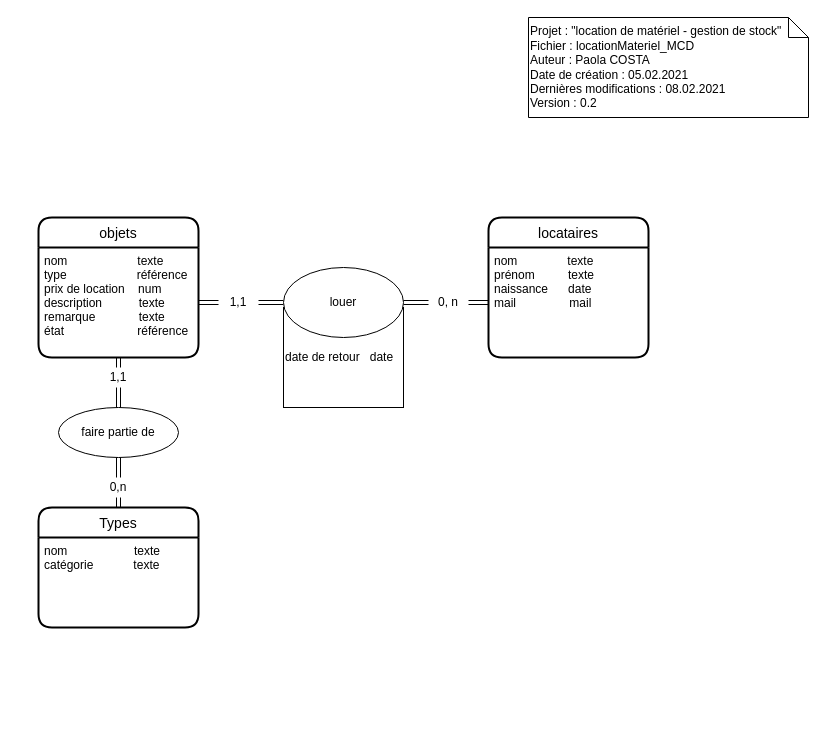
This is fichiersModifiables/BDD/locationMateriel_MCD.drawio from AhVen98/gestionStocks_preTPI, a draw.io file, before an edit. Source tidied: cells renumbered, new cells numbered last; positions are measured from the earlier drawing's top-left corner, leaving out a move shared by most shapes. Both pictures are drawn from the tidied source at 100%, with x=0, y=0 at pixel (38, 17).
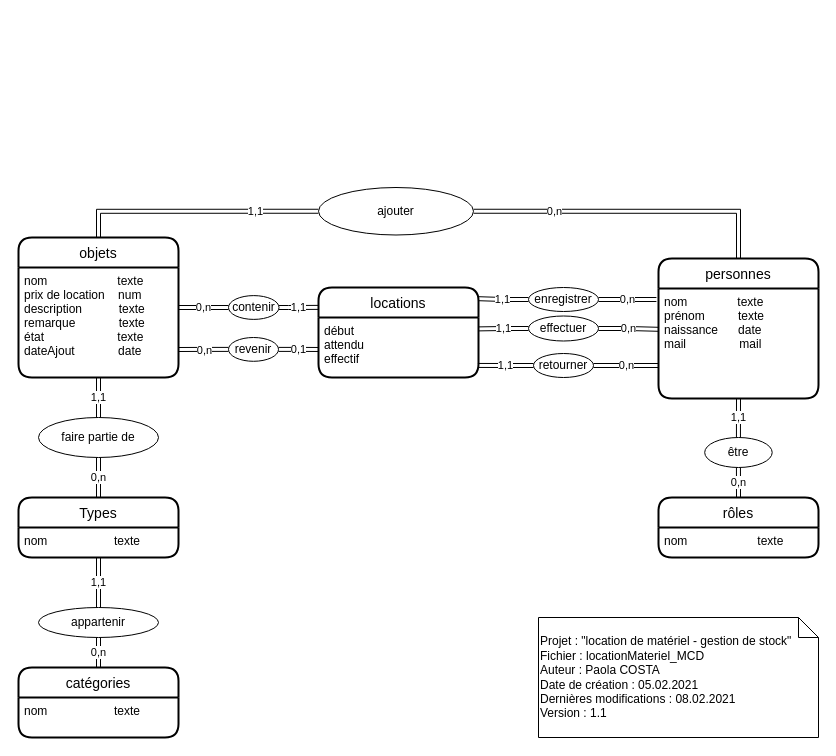
The same page after the edit.

Commit message (it also covers changes not shown here):
fin du MCD

The change refers to these unchanged cells:
```xml
<mxCell id="15" value="nom               texte&#10;prénom          texte&#10;naissance      date&#10;mail                mail " style="align=left;strokeColor=none;fillColor=none;spacingLeft=4;fontSize=12;verticalAlign=top;" parent="14" vertex="1">
  <mxGeometry y="30" width="160" height="110" as="geometry" />
</mxCell>
```

What changed in the source:
```diff
@@
+    <mxCell id="24" value="1,1" style="edgeStyle=orthogonalEdgeStyle;shape=link;curved=1;rounded=0;jettySize=auto;html=1;exitX=0.5;exitY=1;exitDx=0;exitDy=0;entryX=0.5;entryY=0;entryDx=0;entryDy=0;" parent="1" edge="1" source="2" target="8">
+      <mxGeometry relative="1" as="geometry" />
+    </mxCell>
+    <mxCell id="25" value="0,n" style="edgeStyle=orthogonalEdgeStyle;shape=link;curved=1;rounded=0;jettySize=auto;html=1;exitX=1;exitY=0.5;exitDx=0;exitDy=0;entryX=0;entryY=0.5;entryDx=0;entryDy=0;" parent="1" edge="1" source="2" target="40">
+      <mxGeometry relative="1" as="geometry" />
+    </mxCell>
     <mxCell id="2" value="objets" style="swimlane;horizontal=1;startSize=30;rounded=1;fontSize=14;fontStyle=0;strokeWidth=2;shadow=0;dashed=0;align=center;" parent="1" vertex="1">
-      <mxGeometry y="200" width="160" height="140" as="geometry" />
+      <mxGeometry x="-20" y="220" width="160" height="140" as="geometry" />
     </mxCell>
-    <mxCell id="3" value="nom                     texte&#10;type                     référence&#10;prix de location    num&#10;description           texte&#10;remarque             texte&#10;état                      référence&#10;" style="align=left;strokeColor=none;fillColor=none;spacingLeft=4;fontSize=12;verticalAlign=top;" parent="2" vertex="1">
+    <mxCell id="3" value="nom                     texte&#10;prix de location    num&#10;description           texte&#10;remarque             texte&#10;état                      texte&#10;dateAjout             date&#10;" style="align=left;strokeColor=none;fillColor=none;spacingLeft=4;fontSize=12;verticalAlign=top;" parent="2" vertex="1">
       <mxGeometry y="30" width="160" height="110" as="geometry" />
     </mxCell>
-    <mxCell id="4" value="Projet : &quot;location de matériel - gestion de stock&quot;&lt;br&gt;Fichier : locationMateriel_MCD&lt;br&gt;Auteur : Paola COSTA&lt;br&gt;Date de création : 05.02.2021&lt;br&gt;Dernières modifications : 08.02.2021&lt;br&gt;Version : 0.2" style="shape=note;size=20;whiteSpace=wrap;html=1;align=left;" parent="1" vertex="1">
-      <mxGeometry x="490" width="280" height="100" as="geometry" />
+    <mxCell id="4" value="Projet : &quot;location de matériel - gestion de stock&quot;&lt;br&gt;Fichier : locationMateriel_MCD&lt;br&gt;Auteur : Paola COSTA&lt;br&gt;Date de création : 05.02.2021&lt;br&gt;Dernières modifications : 08.02.2021&lt;br&gt;Version : 1.1" style="shape=note;size=20;whiteSpace=wrap;html=1;align=left;" parent="1" vertex="1">
+      <mxGeometry x="500" y="600" width="280" height="120" as="geometry" />
     </mxCell>
+    <mxCell id="26" value="0,n" style="edgeStyle=orthogonalEdgeStyle;shape=link;curved=1;rounded=0;jettySize=auto;html=1;exitX=0.5;exitY=0;exitDx=0;exitDy=0;entryX=0.5;entryY=1;entryDx=0;entryDy=0;" parent="1" edge="1" source="5" target="8">
+      <mxGeometry relative="1" as="geometry" />
+    </mxCell>
     <mxCell id="5" value="Types" style="swimlane;horizontal=1;startSize=30;rounded=1;fontSize=14;fontStyle=0;strokeWidth=2;shadow=0;dashed=0;align=center;" parent="1" vertex="1">
-      <mxGeometry y="490" width="160" height="120" as="geometry" />
+      <mxGeometry x="-20" y="480" width="160" height="60" as="geometry" />
     </mxCell>
-    <mxCell id="6" value="nom                    texte&#10;catégorie            texte" style="align=left;strokeColor=none;fillColor=none;spacingLeft=4;fontSize=12;verticalAlign=top;" parent="5" vertex="1">
-      <mxGeometry y="30" width="160" height="90" as="geometry" />
+    <mxCell id="6" value="nom                    texte" style="align=left;strokeColor=none;fillColor=none;spacingLeft=4;fontSize=12;verticalAlign=top;" parent="5" vertex="1">
+      <mxGeometry y="30" width="160" height="30" as="geometry" />
     </mxCell>
-    <mxCell id="7" style="edgeStyle=none;shape=link;rounded=0;jettySize=auto;html=1;exitX=0.5;exitY=1;exitDx=0;exitDy=0;" parent="1" edge="1" source="12" target="5">
-      <mxGeometry relative="1" as="geometry" />
-    </mxCell>
     <mxCell id="8" value="faire partie de" style="ellipse;whiteSpace=wrap;html=1;" parent="1" vertex="1">
-      <mxGeometry x="20" y="390" width="120" height="50" as="geometry" />
+      <mxGeometry y="400" width="120" height="40" as="geometry" />
     </mxCell>
-    <mxCell id="9" style="edgeStyle=none;shape=link;rounded=0;jettySize=auto;html=1;exitX=0.5;exitY=1;exitDx=0;exitDy=0;" parent="1" edge="1" source="10" target="8">
-      <mxGeometry relative="1" as="geometry" />
-    </mxCell>
-    <mxCell id="10" value="1,1&lt;br&gt;" style="text;html=1;strokeColor=none;fillColor=none;align=center;verticalAlign=middle;whiteSpace=wrap;rounded=0;" parent="1" vertex="1">
-      <mxGeometry x="60" y="350" width="40" height="20" as="geometry" />
-    </mxCell>
-    <mxCell id="11" style="edgeStyle=none;shape=link;rounded=0;jettySize=auto;html=1;exitX=0.5;exitY=1;exitDx=0;exitDy=0;" parent="1" edge="1" source="3" target="10">
-      <mxGeometry relative="1" as="geometry" />
-    </mxCell>
-    <mxCell id="12" value="0,n" style="text;html=1;strokeColor=none;fillColor=none;align=center;verticalAlign=middle;whiteSpace=wrap;rounded=0;" parent="1" vertex="1">
-      <mxGeometry x="60" y="460" width="40" height="20" as="geometry" />
-    </mxCell>
-    <mxCell id="13" style="edgeStyle=none;shape=link;rounded=0;jettySize=auto;html=1;exitX=0.5;exitY=1;exitDx=0;exitDy=0;" parent="1" edge="1" source="8" target="12">
-      <mxGeometry relative="1" as="geometry" />
-    </mxCell>
-    <mxCell id="14" value="locataires" style="swimlane;horizontal=1;startSize=30;rounded=1;fontSize=14;fontStyle=0;strokeWidth=2;shadow=0;dashed=0;align=center;" parent="1" vertex="1">
-      <mxGeometry x="450" y="200" width="160" height="140" as="geometry" />
+    <mxCell id="14" value="personnes" style="swimlane;horizontal=1;startSize=30;rounded=1;fontSize=14;fontStyle=0;strokeWidth=2;shadow=0;dashed=0;align=center;" parent="1" vertex="1">
+      <mxGeometry x="620" y="241" width="160" height="140" as="geometry" />
     </mxCell>
@@
-    <mxCell id="16" style="edgeStyle=none;shape=link;rounded=0;jettySize=auto;html=1;exitX=1;exitY=0.5;exitDx=0;exitDy=0;entryX=0;entryY=0.5;entryDx=0;entryDy=0;" parent="1" edge="1" source="22" target="15">
-      <mxGeometry relative="1" as="geometry" />
-    </mxCell>
-    <mxCell id="17" style="edgeStyle=none;shape=link;rounded=0;jettySize=auto;html=1;exitX=1;exitY=0.5;exitDx=0;exitDy=0;entryX=0;entryY=0.5;entryDx=0;entryDy=0;" parent="1" edge="1" source="20" target="19">
-      <mxGeometry relative="1" as="geometry" />
-    </mxCell>
-    <mxCell id="18" value="date de retour&amp;nbsp; &amp;nbsp;date&lt;br&gt;" style="rounded=0;whiteSpace=wrap;html=1;align=left;" parent="1" vertex="1">
-      <mxGeometry x="245" y="290" width="120" height="100" as="geometry" />
-    </mxCell>
+    <mxCell id="27" value="0,n" style="edgeStyle=orthogonalEdgeStyle;shape=link;curved=1;rounded=0;jettySize=auto;html=1;exitX=1;exitY=0.5;exitDx=0;exitDy=0;entryX=-0.013;entryY=0.1;entryDx=0;entryDy=0;entryPerimeter=0;" parent="1" edge="1" source="19" target="15">
+      <mxGeometry relative="1" as="geometry" />
+    </mxCell>
+    <mxCell id="28" value="1,1" style="edgeStyle=orthogonalEdgeStyle;shape=link;curved=1;rounded=0;jettySize=auto;html=1;exitX=0;exitY=0.5;exitDx=0;exitDy=0;entryX=0.993;entryY=0.124;entryDx=0;entryDy=0;entryPerimeter=0;" parent="1" edge="1" source="19" target="37">
+      <mxGeometry relative="1" as="geometry">
+        <Array as="points">
+          <mxPoint x="465" y="282" />
+        </Array>
+      </mxGeometry>
+    </mxCell>
-    <mxCell id="19" value="louer" style="ellipse;whiteSpace=wrap;html=1;" parent="1" vertex="1">
-      <mxGeometry x="245" y="250" width="120" height="70" as="geometry" />
+    <mxCell id="19" value="enregistrer" style="ellipse;whiteSpace=wrap;html=1;" parent="1" vertex="1">
+      <mxGeometry x="490" y="270" width="70" height="24" as="geometry" />
     </mxCell>
-    <mxCell id="20" value="1,1" style="text;html=1;strokeColor=none;fillColor=none;align=center;verticalAlign=middle;whiteSpace=wrap;rounded=0;" parent="1" vertex="1">
-      <mxGeometry x="180" y="275" width="40" height="20" as="geometry" />
-    </mxCell>
-    <mxCell id="21" style="edgeStyle=none;shape=link;rounded=0;jettySize=auto;html=1;exitX=1;exitY=0.5;exitDx=0;exitDy=0;entryX=0;entryY=0.5;entryDx=0;entryDy=0;" parent="1" edge="1" source="3" target="20">
-      <mxGeometry relative="1" as="geometry" />
-    </mxCell>
-    <mxCell id="22" value="0, n" style="text;html=1;strokeColor=none;fillColor=none;align=center;verticalAlign=middle;whiteSpace=wrap;rounded=0;" parent="1" vertex="1">
-      <mxGeometry x="390" y="275" width="40" height="20" as="geometry" />
-    </mxCell>
-    <mxCell id="23" style="edgeStyle=none;shape=link;rounded=0;jettySize=auto;html=1;exitX=1;exitY=0.5;exitDx=0;exitDy=0;entryX=0;entryY=0.5;entryDx=0;entryDy=0;" parent="1" edge="1" source="19" target="22">
-      <mxGeometry relative="1" as="geometry" />
-    </mxCell>
+    <mxCell id="29" value="0,n" style="edgeStyle=orthogonalEdgeStyle;shape=link;curved=1;rounded=0;jettySize=auto;html=1;exitX=0.5;exitY=0;exitDx=0;exitDy=0;entryX=0.5;entryY=1;entryDx=0;entryDy=0;" parent="1" edge="1" source="30" target="33">
+      <mxGeometry relative="1" as="geometry" />
+    </mxCell>
+    <mxCell id="30" value="rôles" style="swimlane;horizontal=1;startSize=30;rounded=1;fontSize=14;fontStyle=0;strokeWidth=2;shadow=0;dashed=0;align=center;" parent="1" vertex="1">
+      <mxGeometry x="620" y="480" width="160" height="60" as="geometry" />
+    </mxCell>
+    <mxCell id="31" value="nom                     texte&#10;" style="align=left;strokeColor=none;fillColor=none;spacingLeft=4;fontSize=12;verticalAlign=top;" parent="30" vertex="1">
+      <mxGeometry y="30" width="160" height="30" as="geometry" />
+    </mxCell>
+    <mxCell id="32" value="1,1" style="edgeStyle=orthogonalEdgeStyle;shape=link;curved=1;rounded=0;jettySize=auto;html=1;exitX=0.5;exitY=0;exitDx=0;exitDy=0;entryX=0.5;entryY=1;entryDx=0;entryDy=0;" parent="1" edge="1" source="33" target="15">
+      <mxGeometry relative="1" as="geometry" />
+    </mxCell>
+    <mxCell id="33" value="être" style="ellipse;whiteSpace=wrap;html=1;" parent="1" vertex="1">
+      <mxGeometry x="666.2" y="420" width="67.5" height="30" as="geometry" />
+    </mxCell>
+    <mxCell id="34" value="0,n" style="edgeStyle=orthogonalEdgeStyle;shape=link;curved=1;rounded=0;jettySize=auto;html=1;exitX=1;exitY=0.5;exitDx=0;exitDy=0;" parent="1" edge="1" source="36" target="14">
+      <mxGeometry x="-0.48" relative="1" as="geometry" />
+    </mxCell>
+    <mxCell id="35" value="1,1" style="edgeStyle=orthogonalEdgeStyle;shape=link;curved=1;rounded=0;jettySize=auto;html=1;exitX=0;exitY=0.5;exitDx=0;exitDy=0;entryX=0.5;entryY=0;entryDx=0;entryDy=0;" parent="1" edge="1" source="36" target="2">
+      <mxGeometry x="-0.49" relative="1" as="geometry" />
+    </mxCell>
+    <mxCell id="36" value="ajouter" style="ellipse;whiteSpace=wrap;html=1;" parent="1" vertex="1">
+      <mxGeometry x="280" y="170" width="155" height="47.5" as="geometry" />
+    </mxCell>
+    <mxCell id="37" value="locations" style="swimlane;horizontal=1;startSize=30;rounded=1;fontSize=14;fontStyle=0;strokeWidth=2;shadow=0;dashed=0;align=center;" parent="1" vertex="1">
+      <mxGeometry x="280" y="270" width="160" height="90" as="geometry" />
+    </mxCell>
+    <mxCell id="38" value="début&#10;attendu&#10;effectif" style="align=left;strokeColor=none;fillColor=none;spacingLeft=4;fontSize=12;verticalAlign=top;" parent="37" vertex="1">
+      <mxGeometry y="30" width="160" height="60" as="geometry" />
+    </mxCell>
+    <mxCell id="39" value="1,1" style="edgeStyle=orthogonalEdgeStyle;shape=link;curved=1;rounded=0;jettySize=auto;html=1;exitX=1;exitY=0.5;exitDx=0;exitDy=0;entryX=-0.003;entryY=0.221;entryDx=0;entryDy=0;entryPerimeter=0;" parent="1" edge="1" source="40" target="37">
+      <mxGeometry relative="1" as="geometry">
+        <Array as="points">
+          <mxPoint x="250" y="290" />
+        </Array>
+      </mxGeometry>
+    </mxCell>
+    <mxCell id="40" value="contenir" style="ellipse;whiteSpace=wrap;html=1;" parent="1" vertex="1">
+      <mxGeometry x="190" y="278.1" width="50.5" height="23.8" as="geometry" />
+    </mxCell>
+    <mxCell id="41" value="0,n" style="edgeStyle=orthogonalEdgeStyle;shape=link;curved=1;rounded=0;jettySize=auto;html=1;exitX=1;exitY=0.5;exitDx=0;exitDy=0;entryX=0;entryY=0.7;entryDx=0;entryDy=0;entryPerimeter=0;" parent="1" edge="1" source="43" target="15">
+      <mxGeometry relative="1" as="geometry" />
+    </mxCell>
+    <mxCell id="42" value="1,1" style="edgeStyle=orthogonalEdgeStyle;shape=link;curved=1;rounded=0;jettySize=auto;html=1;exitX=0;exitY=0.5;exitDx=0;exitDy=0;entryX=0.996;entryY=0.799;entryDx=0;entryDy=0;entryPerimeter=0;" parent="1" edge="1" source="43" target="38">
+      <mxGeometry x="-0.01" relative="1" as="geometry" />
+    </mxCell>
+    <mxCell id="43" value="retourner" style="ellipse;whiteSpace=wrap;html=1;" parent="1" vertex="1">
+      <mxGeometry x="495" y="336" width="60" height="24" as="geometry" />
+    </mxCell>
+    <mxCell id="44" value="0,n" style="edgeStyle=orthogonalEdgeStyle;shape=link;curved=1;rounded=0;jettySize=auto;html=1;exitX=1;exitY=0.5;exitDx=0;exitDy=0;entryX=0;entryY=0.371;entryDx=0;entryDy=0;entryPerimeter=0;" parent="1" edge="1" source="46" target="15">
+      <mxGeometry relative="1" as="geometry" />
+    </mxCell>
+    <mxCell id="45" value="1,1" style="edgeStyle=orthogonalEdgeStyle;shape=link;curved=1;rounded=0;jettySize=auto;html=1;exitX=0;exitY=0.5;exitDx=0;exitDy=0;entryX=1;entryY=0.19;entryDx=0;entryDy=0;entryPerimeter=0;" parent="1" edge="1" source="46" target="38">
+      <mxGeometry relative="1" as="geometry" />
+    </mxCell>
+    <mxCell id="46" value="effectuer" style="ellipse;whiteSpace=wrap;html=1;" parent="1" vertex="1">
+      <mxGeometry x="490" y="298.5" width="70" height="25" as="geometry" />
+    </mxCell>
+    <mxCell id="47" value="0,n" style="edgeStyle=orthogonalEdgeStyle;shape=link;curved=1;rounded=0;jettySize=auto;html=1;exitX=0.5;exitY=0;exitDx=0;exitDy=0;entryX=0.5;entryY=1;entryDx=0;entryDy=0;" parent="1" edge="1" source="48" target="50">
+      <mxGeometry relative="1" as="geometry" />
+    </mxCell>
+    <mxCell id="48" value="catégories" style="swimlane;horizontal=1;startSize=30;rounded=1;fontSize=14;fontStyle=0;strokeWidth=2;shadow=0;dashed=0;align=center;" parent="1" vertex="1">
+      <mxGeometry x="-20" y="650" width="160" height="70" as="geometry" />
+    </mxCell>
+    <mxCell id="49" value="nom                    texte" style="align=left;strokeColor=none;fillColor=none;spacingLeft=4;fontSize=12;verticalAlign=top;" parent="48" vertex="1">
+      <mxGeometry y="30" width="160" height="40" as="geometry" />
+    </mxCell>
+    <mxCell id="50" value="appartenir" style="ellipse;whiteSpace=wrap;html=1;" parent="1" vertex="1">
+      <mxGeometry y="590" width="120" height="30" as="geometry" />
+    </mxCell>
+    <mxCell id="51" value="1,1" style="edgeStyle=orthogonalEdgeStyle;shape=link;curved=1;rounded=0;jettySize=auto;html=1;exitX=0.5;exitY=1;exitDx=0;exitDy=0;entryX=0.5;entryY=0;entryDx=0;entryDy=0;" parent="1" edge="1" source="6" target="50">
+      <mxGeometry relative="1" as="geometry" />
+    </mxCell>
+    <mxCell id="52" value="0,1" style="edgeStyle=orthogonalEdgeStyle;shape=link;curved=1;rounded=0;jettySize=auto;html=1;exitX=1;exitY=0.5;exitDx=0;exitDy=0;entryX=0;entryY=0.533;entryDx=0;entryDy=0;entryPerimeter=0;" parent="1" edge="1" source="54" target="38">
+      <mxGeometry relative="1" as="geometry" />
+    </mxCell>
+    <mxCell id="53" value="0,n" style="edgeStyle=orthogonalEdgeStyle;shape=link;curved=1;rounded=0;jettySize=auto;html=1;exitX=0;exitY=0.5;exitDx=0;exitDy=0;" parent="1" edge="1" source="54">
+      <mxGeometry relative="1" as="geometry">
+        <mxPoint x="140" y="332" as="targetPoint" />
+      </mxGeometry>
+    </mxCell>
+    <mxCell id="54" value="revenir" style="ellipse;whiteSpace=wrap;html=1;" parent="1" vertex="1">
+      <mxGeometry x="190" y="320" width="50" height="23.8" as="geometry" />
+    </mxCell>
```
